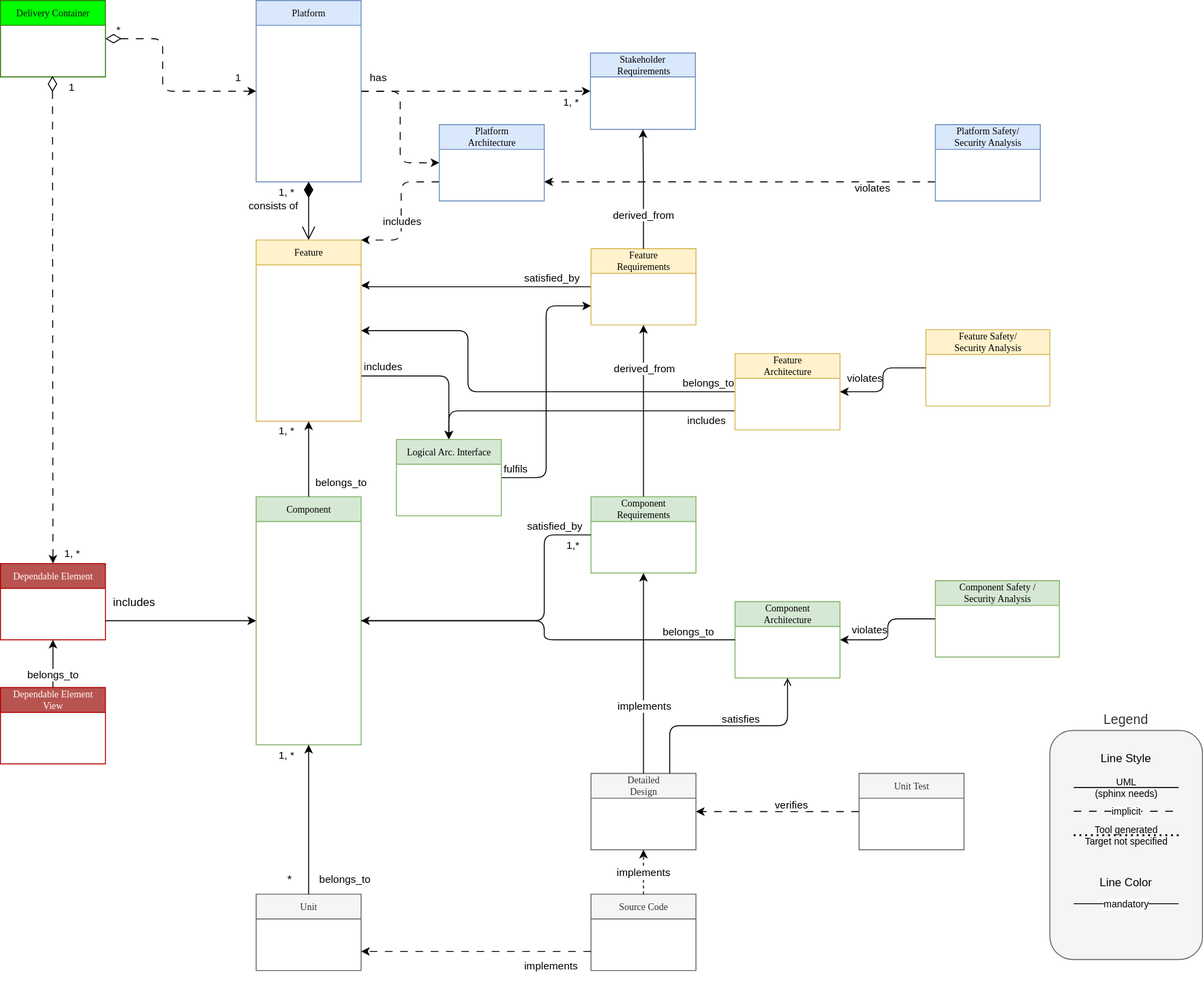
Before: main/_images/score_building_blocks_meta_model_simplified.drawio.svg, a diagram exported from draw.io (eclipse-score/process_description). Source tidied: cells renumbered, new cells last; positions are measured from the earlier drawing's top-left corner, leaving out a move shared by most shapes.
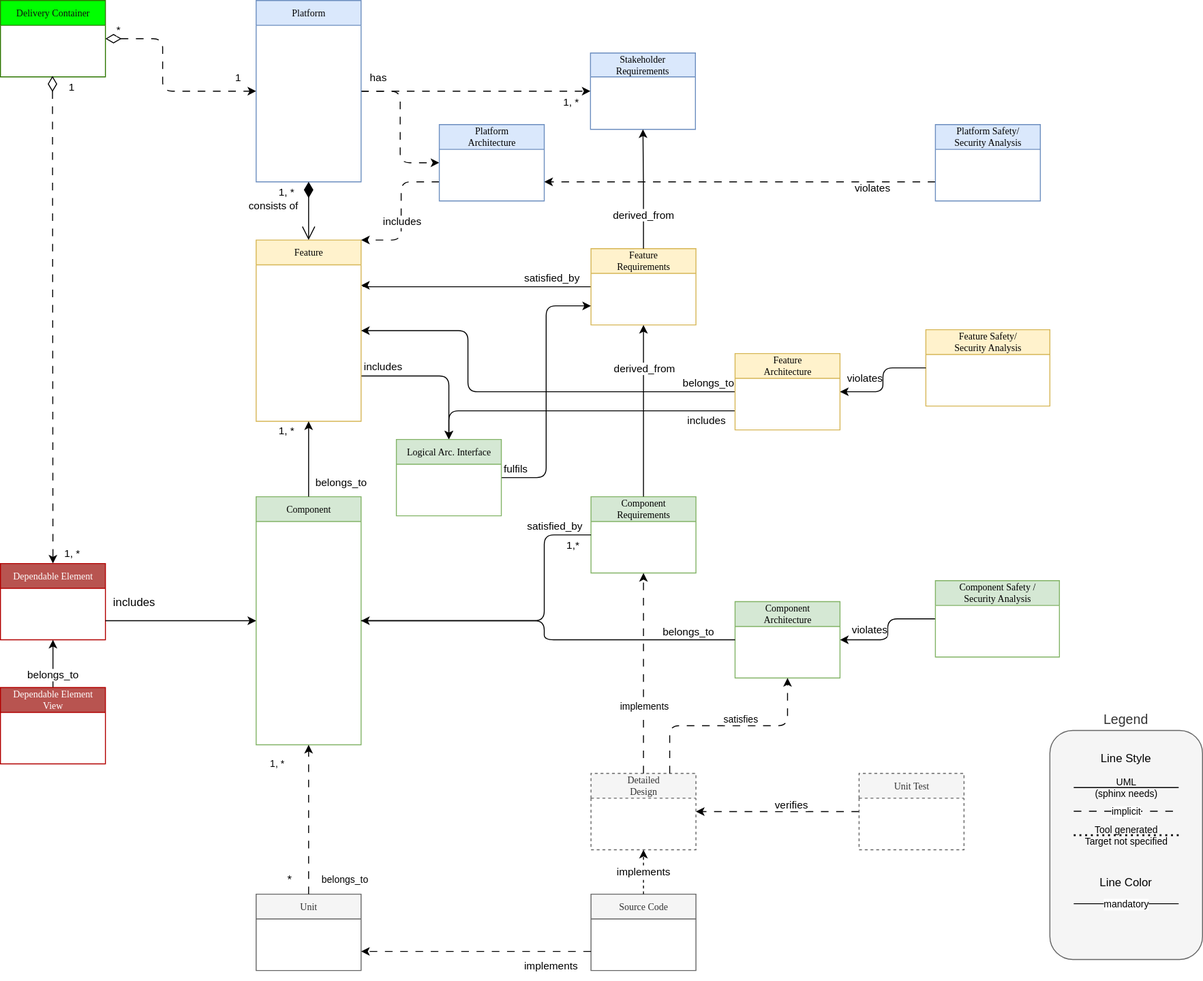
Later version of the same file.

The edit, as a diff of the source:
```diff
@@ -78,10 +78,10 @@
     <mxCell id="18" value="Unit" style="swimlane;html=1;fontStyle=0;horizontal=1;startSize=26;fillColor=#f5f5f5;swimlaneFillColor=#ffffff;rounded=0;shadow=0;comic=0;labelBackgroundColor=none;strokeWidth=1;fontFamily=Verdana;fontSize=10;align=center;fontColor=#333333;strokeColor=#666666;" parent="1" vertex="1">
       <mxGeometry x="268" y="936.5" width="110" height="80" as="geometry" />
     </mxCell>
-    <mxCell id="19" value="1, *" style="endArrow=classic;html=1;endSize=6;startArrow=none;startSize=14;startFill=0;edgeStyle=orthogonalEdgeStyle;align=left;verticalAlign=bottom;rounded=0;entryX=0.5;entryY=1;entryDx=0;entryDy=0;exitX=0.5;exitY=0;exitDx=0;exitDy=0;endFill=1;" parent="1" edge="1" source="18" target="7">
+    <mxCell id="19" value="1, *" style="endArrow=classic;html=1;endSize=6;startArrow=none;startSize=14;startFill=0;edgeStyle=orthogonalEdgeStyle;align=center;verticalAlign=middle;rounded=1;entryX=0.5;entryY=1;entryDx=0;entryDy=0;exitX=0.5;exitY=0;exitDx=0;exitDy=0;endFill=1;dashed=1;dashPattern=8 8;strokeColor=default;fontFamily=Helvetica;fontSize=10;fontColor=default;labelBackgroundColor=default;" parent="1" edge="1" source="18" target="7">
       <mxGeometry x="0.74" y="33" relative="1" as="geometry" />
     </mxCell>
-    <mxCell id="20" value="belongs_to" style="edgeLabel;html=1;align=center;verticalAlign=middle;" parent="19" vertex="1">
+    <mxCell id="20" value="belongs_to" style="edgeLabel;html=1;align=center;verticalAlign=middle;rounded=1;dashed=1;dashPattern=8 8;strokeColor=default;fontFamily=Helvetica;fontSize=10;fontColor=default;labelBackgroundColor=default;" parent="19" vertex="1">
       <mxGeometry x="-0.54" y="2" relative="1" as="geometry">
         <mxPoint x="39" y="20" as="offset" />
       </mxGeometry>
@@ -155,23 +155,23 @@
         <mxPoint x="-18" y="2" as="offset" />
       </mxGeometry>
     </mxCell>
-    <mxCell id="38" value="Detailed&lt;br&gt;Design" style="swimlane;html=1;fontStyle=0;horizontal=1;startSize=26;fillColor=#f5f5f5;swimlaneFillColor=#ffffff;rounded=0;shadow=0;comic=0;labelBackgroundColor=none;strokeWidth=1;fontFamily=Verdana;fontSize=10;align=center;fontColor=#333333;strokeColor=#666666;" parent="1" vertex="1">
+    <mxCell id="38" value="Detailed&lt;br&gt;Design" style="swimlane;html=1;fontStyle=0;horizontal=1;startSize=26;fillColor=#f5f5f5;swimlaneFillColor=#ffffff;rounded=0;shadow=0;comic=0;labelBackgroundColor=none;strokeWidth=1;fontFamily=Verdana;fontSize=10;align=center;fontColor=#333333;strokeColor=#666666;dashed=1;" parent="1" vertex="1">
       <mxGeometry x="619" y="810" width="110" height="80" as="geometry" />
     </mxCell>
-    <mxCell id="39" style="edgeStyle=orthogonalEdgeStyle;rounded=1;jettySize=auto;html=1;entryX=0.5;entryY=1;entryDx=0;entryDy=0;endArrow=open;endFill=0;exitX=0.75;exitY=0;exitDx=0;exitDy=0;curved=0;" parent="1" edge="1" source="38" target="33">
+    <mxCell id="39" style="edgeStyle=orthogonalEdgeStyle;rounded=1;jettySize=auto;html=1;entryX=0.5;entryY=1;entryDx=0;entryDy=0;endArrow=classic;endFill=1;exitX=0.75;exitY=0;exitDx=0;exitDy=0;dashed=1;dashPattern=8 8;strokeColor=default;align=center;verticalAlign=middle;fontFamily=Helvetica;fontSize=10;fontColor=default;labelBackgroundColor=default;" parent="1" edge="1" source="38" target="33">
       <mxGeometry relative="1" as="geometry" />
     </mxCell>
-    <mxCell id="40" value="satisfies" style="edgeLabel;html=1;align=center;verticalAlign=middle;" parent="39" vertex="1">
+    <mxCell id="40" value="satisfies" style="edgeLabel;html=1;align=center;verticalAlign=middle;rounded=1;dashed=1;dashPattern=8 8;strokeColor=default;fontFamily=Helvetica;fontSize=10;fontColor=default;labelBackgroundColor=default;" parent="39" vertex="1">
       <mxGeometry x="0.06" y="6" relative="1" as="geometry">
         <mxPoint x="6" y="-2" as="offset" />
       </mxGeometry>
     </mxCell>
-    <mxCell id="41" style="edgeStyle=orthogonalEdgeStyle;rounded=0;jettySize=auto;html=1;endArrow=classic;endFill=1;exitX=0.5;exitY=0;exitDx=0;exitDy=0;" parent="1" edge="1" source="38">
+    <mxCell id="41" style="edgeStyle=orthogonalEdgeStyle;rounded=1;jettySize=auto;html=1;endArrow=classic;endFill=1;exitX=0.5;exitY=0;exitDx=0;exitDy=0;dashed=1;dashPattern=8 8;strokeColor=default;align=center;verticalAlign=middle;fontFamily=Helvetica;fontSize=10;fontColor=default;labelBackgroundColor=default;" parent="1" edge="1" source="38">
       <mxGeometry relative="1" as="geometry">
         <mxPoint x="674" y="600" as="targetPoint" />
       </mxGeometry>
     </mxCell>
-    <mxCell id="42" value="implements" style="edgeLabel;html=1;align=center;verticalAlign=middle;" parent="41" vertex="1">
+    <mxCell id="42" value="implements" style="edgeLabel;html=1;align=center;verticalAlign=middle;rounded=1;dashed=1;dashPattern=8 8;strokeColor=default;fontFamily=Helvetica;fontSize=10;fontColor=default;labelBackgroundColor=default;" parent="41" vertex="1">
       <mxGeometry x="0.06" y="6" relative="1" as="geometry">
         <mxPoint x="6" y="40" as="offset" />
       </mxGeometry>
@@ -224,7 +224,7 @@
         <mxPoint x="-12" y="278" as="offset" />
       </mxGeometry>
     </mxCell>
-    <mxCell id="54" value="Unit Test" style="swimlane;html=1;fontStyle=0;horizontal=1;startSize=26;fillColor=#f5f5f5;swimlaneFillColor=#ffffff;rounded=0;shadow=0;comic=0;labelBackgroundColor=none;strokeWidth=1;fontFamily=Verdana;fontSize=10;align=center;fontColor=#333333;strokeColor=#666666;" parent="1" vertex="1">
+    <mxCell id="54" value="Unit Test" style="swimlane;html=1;fontStyle=0;horizontal=1;startSize=26;fillColor=#f5f5f5;swimlaneFillColor=#ffffff;rounded=0;shadow=0;comic=0;labelBackgroundColor=none;strokeWidth=1;fontFamily=Verdana;fontSize=10;align=center;fontColor=#333333;strokeColor=#666666;dashed=1;" parent="1" vertex="1">
       <mxGeometry x="900" y="810" width="110" height="80" as="geometry" />
     </mxCell>
     <mxCell id="55" style="edgeStyle=orthogonalEdgeStyle;rounded=0;jettySize=auto;html=1;exitX=0;exitY=0.5;exitDx=0;exitDy=0;" parent="1" edge="1" source="57">
```
